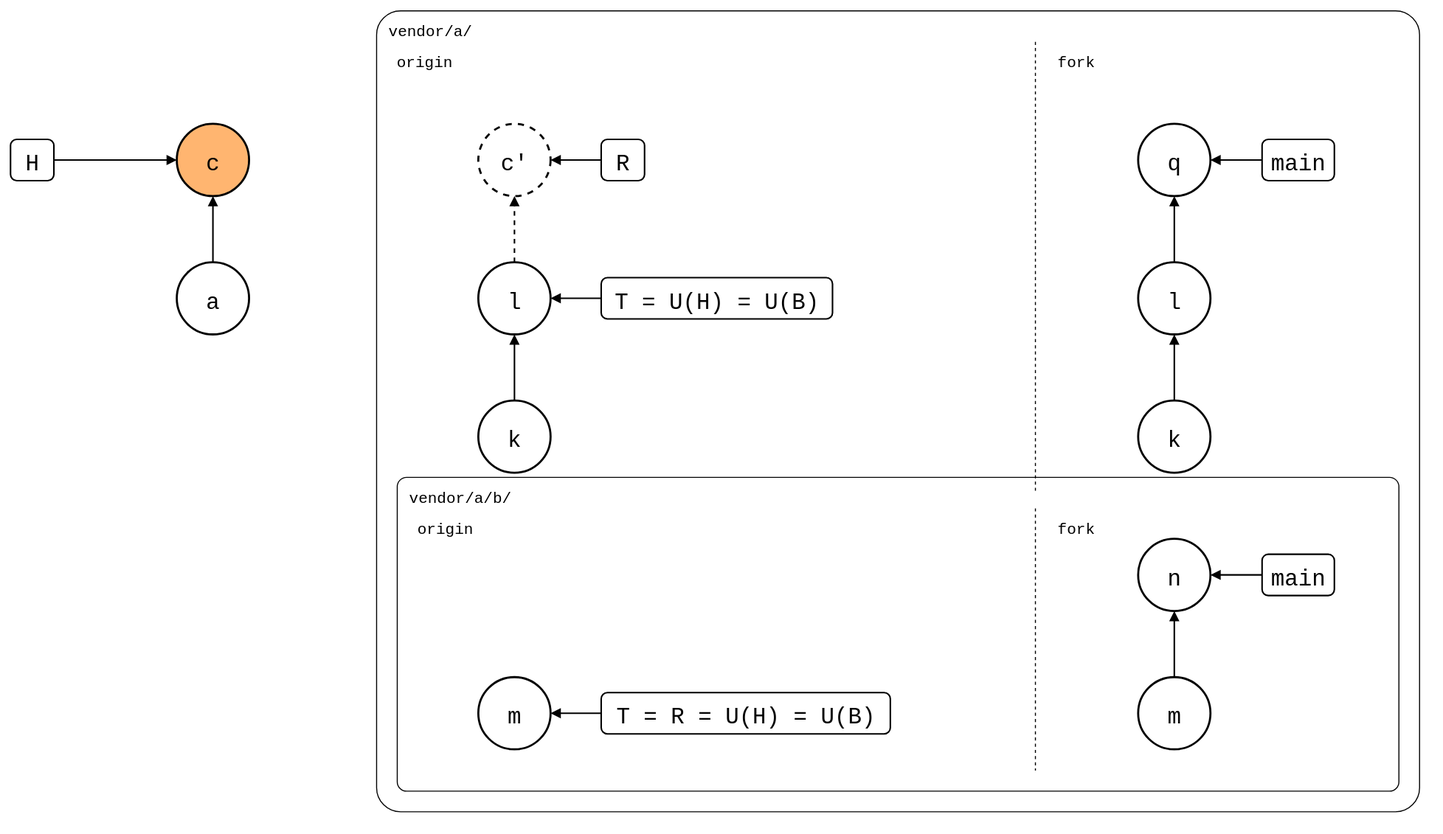
Earlier version of the draw.io export test/scenarios/05-nested-splices/01-nested-splices/01-outer-fork/same-name-below.drawio.svg (roschaefer/git-splice). Source tidied: cells renumbered, new cells last; positions are measured from the earlier drawing's top-left corner, leaving out a move shared by most shapes.
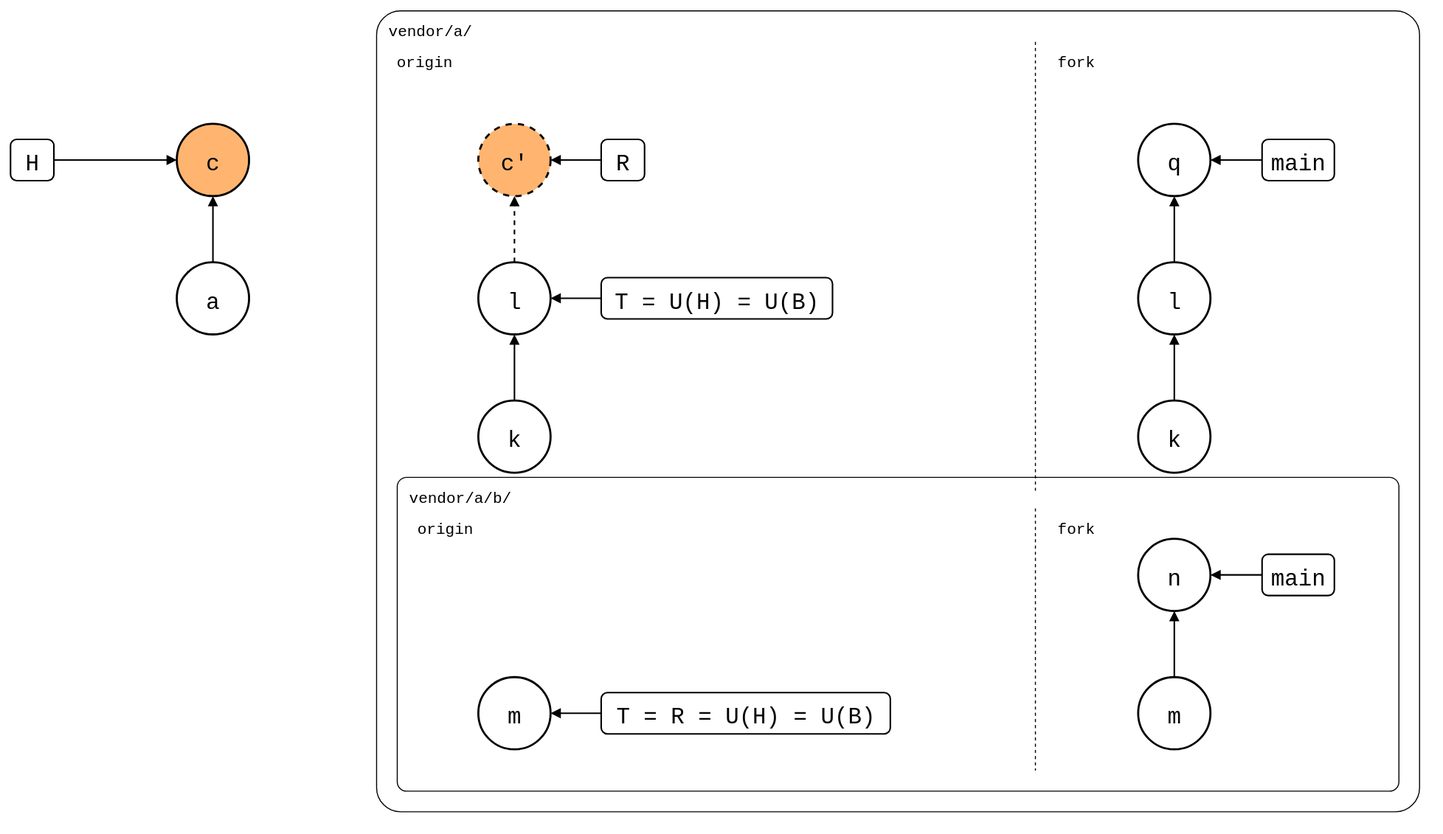
The same diagram one commit later.

What changed in the source:
```diff
@@ -62,7 +62,7 @@
     <mxCell id="21" value="T = U(H) = U(B)" style="rounded=1;strokeWidth=1.5;fontSize=22;fontFamily=Roboto Mono,monospace;" parent="1" vertex="1">
       <mxGeometry x="572" y="259" width="224" height="40" as="geometry" />
     </mxCell>
-    <mxCell id="22" value="c'" style="ellipse;strokeWidth=2;fontSize=22;fontFamily=Roboto Mono,monospace;dashed=1;" parent="1" vertex="1">
+    <mxCell id="22" value="c'" style="ellipse;strokeWidth=2;fontSize=22;fontFamily=Roboto Mono,monospace;dashed=1;fillColor=#FFB570;" parent="1" vertex="1">
       <mxGeometry x="453" y="110" width="70" height="70" as="geometry" />
     </mxCell>
     <mxCell id="23" value="R" style="rounded=1;strokeWidth=1.5;fontSize=22;fontFamily=Roboto Mono,monospace;" parent="1" vertex="1">
```
